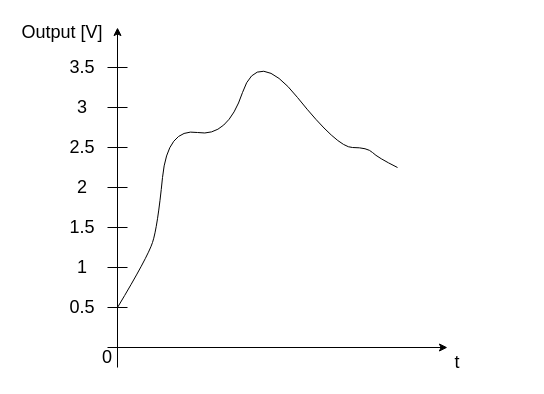
Above: Exercices/ADC-DAC/figures/profil-quatification.drawio in parastuffs/3BMBS-electronique (draw.io), before the change. Source tidied: cells renumbered, new cells numbered last; positions are measured from the earlier drawing's top-left corner, leaving out a move shared by most shapes. Both pictures are drawn from the tidied source at 100%, with x=0, y=0 at pixel (17, 17).
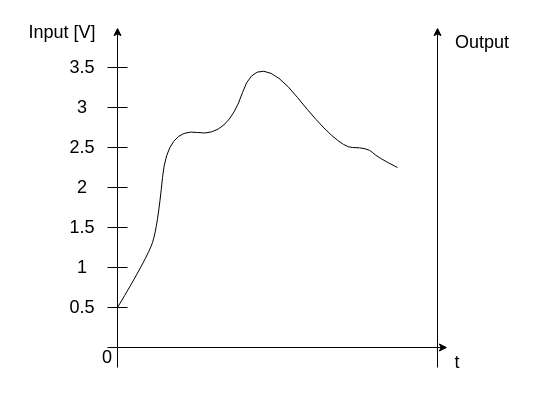
The same page after the edit.

Diff of the diagram source:
```diff
@@
-    <mxCell id="11" value="Output [V]" style="text;html=1;strokeColor=none;fillColor=none;align=center;verticalAlign=middle;whiteSpace=wrap;rounded=0;fontSize=18;" parent="1" vertex="1">
+    <mxCell id="11" value="Input [V]" style="text;html=1;strokeColor=none;fillColor=none;align=center;verticalAlign=middle;whiteSpace=wrap;rounded=0;fontSize=18;" parent="1" vertex="1">
       <mxGeometry width="90" height="30" as="geometry" />
     </mxCell>
@@
+    <mxCell id="22" style="endArrow=classic;html=1;rounded=0;" parent="1" edge="1">
+      <mxGeometry relative="1" as="geometry">
+        <mxPoint x="420" y="350" as="sourcePoint" />
+        <mxPoint x="420" y="10" as="targetPoint" />
+      </mxGeometry>
+    </mxCell>
+    <mxCell id="23" value="Output" style="text;html=1;strokeColor=none;fillColor=none;align=center;verticalAlign=middle;whiteSpace=wrap;rounded=0;fontSize=18;" parent="1" vertex="1">
+      <mxGeometry x="420" y="10" width="90" height="30" as="geometry" />
+    </mxCell>
```
